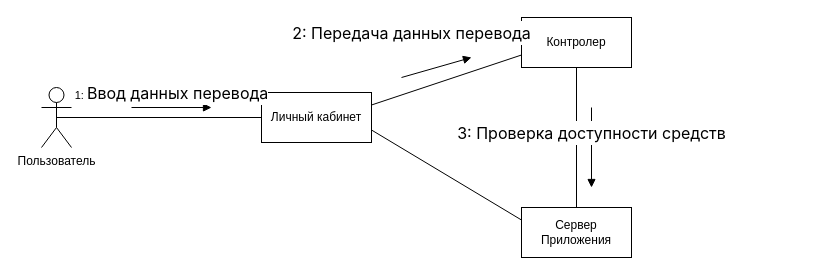
The draw.io diagram page "Page-6" (6 of 6) of AIKMS2.drawio in nn80nn/DataBases, before the edit. Source tidied: cells renumbered, new cells numbered last; positions are measured from the earlier drawing's top-left corner, leaving out a move shared by most shapes. Both pictures are drawn from the tidied source at 100%, with x=0, y=0 at pixel (41, 17).
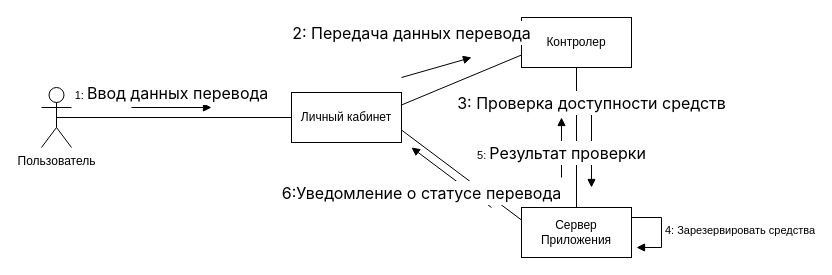
The same diagram, later.

The edit, as a diff of the source:
```diff
@@
     <mxCell id="6" value="Личный кабинет" style="html=1;whiteSpace=wrap;" parent="1" vertex="1">
-      <mxGeometry x="220" y="75" width="110" height="50" as="geometry" />
+      <mxGeometry x="250" y="75" width="110" height="50" as="geometry" />
     </mxCell>
@@
     <mxCell id="12" value="&lt;span style=&quot;font-size: 12pt; line-height: 150%; font-family: inter, serif;&quot;&gt;3: Проверка доступности средств&lt;/span&gt;" style="html=1;verticalAlign=bottom;endArrow=block;curved=0;rounded=0;" parent="1" edge="1">
-      <mxGeometry relative="1" as="geometry">
+      <mxGeometry x="-0.75" relative="1" as="geometry">
         <mxPoint x="550" y="90" as="sourcePoint" />
         <mxPoint x="550" y="170" as="targetPoint" />
       </mxGeometry>
     </mxCell>
+    <mxCell id="13" value="5:&amp;nbsp;&lt;span style=&quot;font-size: 12pt; line-height: 150%; font-family: inter, serif;&quot;&gt;Результат проверки&lt;/span&gt;" style="html=1;verticalAlign=bottom;endArrow=block;curved=0;rounded=0;" parent="1" edge="1">
+      <mxGeometry x="-0.67" relative="1" as="geometry">
+        <mxPoint x="520" y="160" as="sourcePoint" />
+        <mxPoint x="520" y="100" as="targetPoint" />
+      </mxGeometry>
+    </mxCell>
+    <mxCell id="14" value="&lt;span style=&quot;font-size: 12pt; line-height: 150%; font-family: inter, serif;&quot;&gt;6:Уведомление о статусе перевода&lt;/span&gt;" style="html=1;verticalAlign=bottom;endArrow=block;curved=0;rounded=0;" parent="1" edge="1">
+      <mxGeometry x="0.12" y="42" relative="1" as="geometry">
+        <mxPoint x="450" y="190" as="sourcePoint" />
+        <mxPoint x="370" y="130" as="targetPoint" />
+      </mxGeometry>
+    </mxCell>
+    <mxCell id="15" value="4: Зарезервировать средства" style="html=1;align=left;spacingLeft=2;endArrow=block;rounded=0;edgeStyle=orthogonalEdgeStyle;curved=0;rounded=0;" parent="1" edge="1">
+      <mxGeometry relative="1" as="geometry">
+        <mxPoint x="590" y="200" as="sourcePoint" />
+        <mxPoint x="595" y="230" as="targetPoint" />
+        <Array as="points">
+          <mxPoint x="620" y="200" />
+          <mxPoint x="620" y="230" />
+        </Array>
+      </mxGeometry>
+    </mxCell>
```
